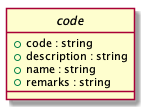
EciStg/order-placement keeps this PlantUML diagram as images/code-conceptual-diagram.puml.png. Above is the earlier version.
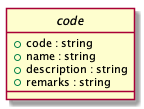
After the commit.

What changed in the source:
```diff
@@ -3,8 +3,8 @@
 
 interface code {
 {field} + code : string
+{field} + name : string
 {field} + description : string
-{field} + name : string
 {field} + remarks : string
 }
 @enduml
```
